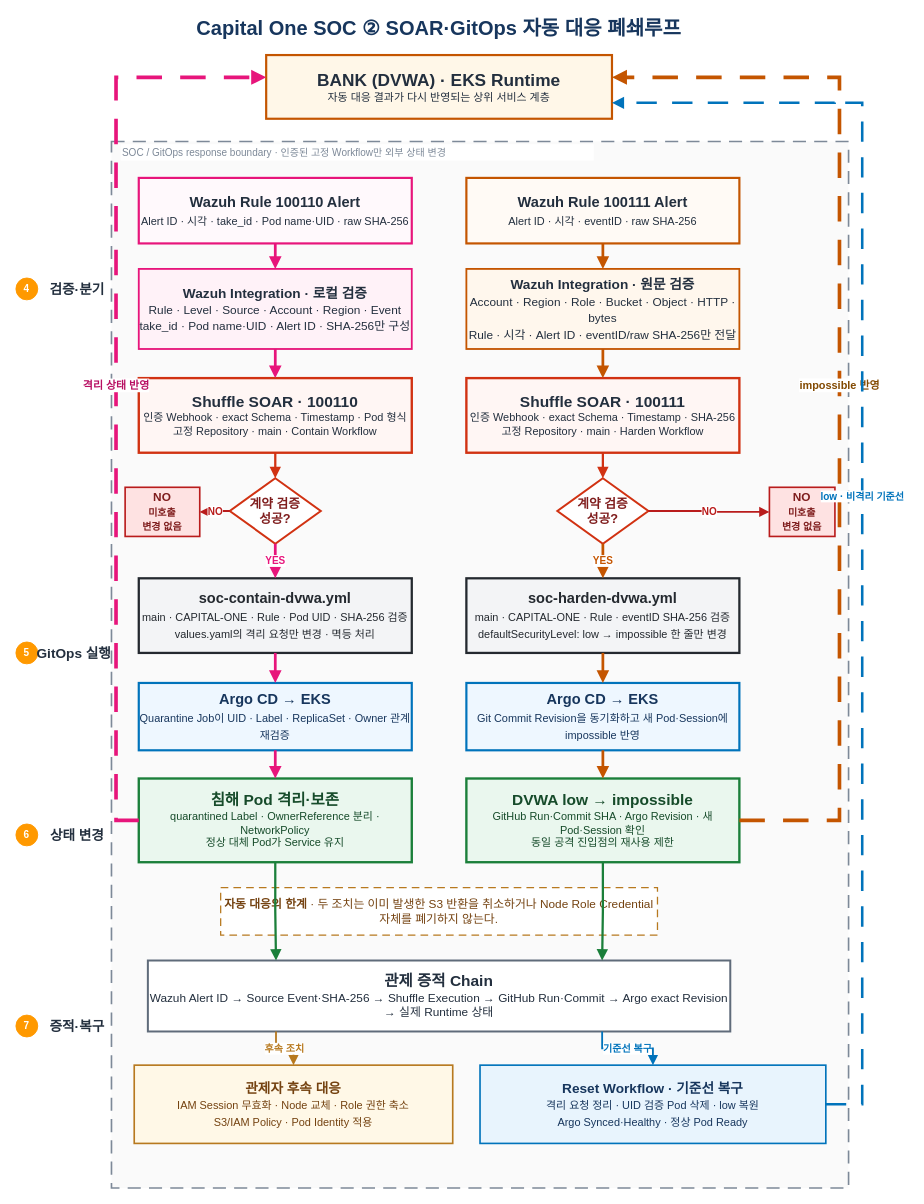
This is page "2_대응 폐쇄루프" (2 of 4) of 20_팀 프로젝트/3차 프로젝트/노션_내보낸거/관제 올인원.drawio from Unoh03/Obsi3, a draw.io file, before an edit. Source tidied: cells renumbered, new cells numbered last; positions are measured from the earlier drawing's top-left corner, leaving out a move shared by most shapes. Both pictures are drawn from the tidied source at 91%, with x=0, y=0 at pixel (15, 15).
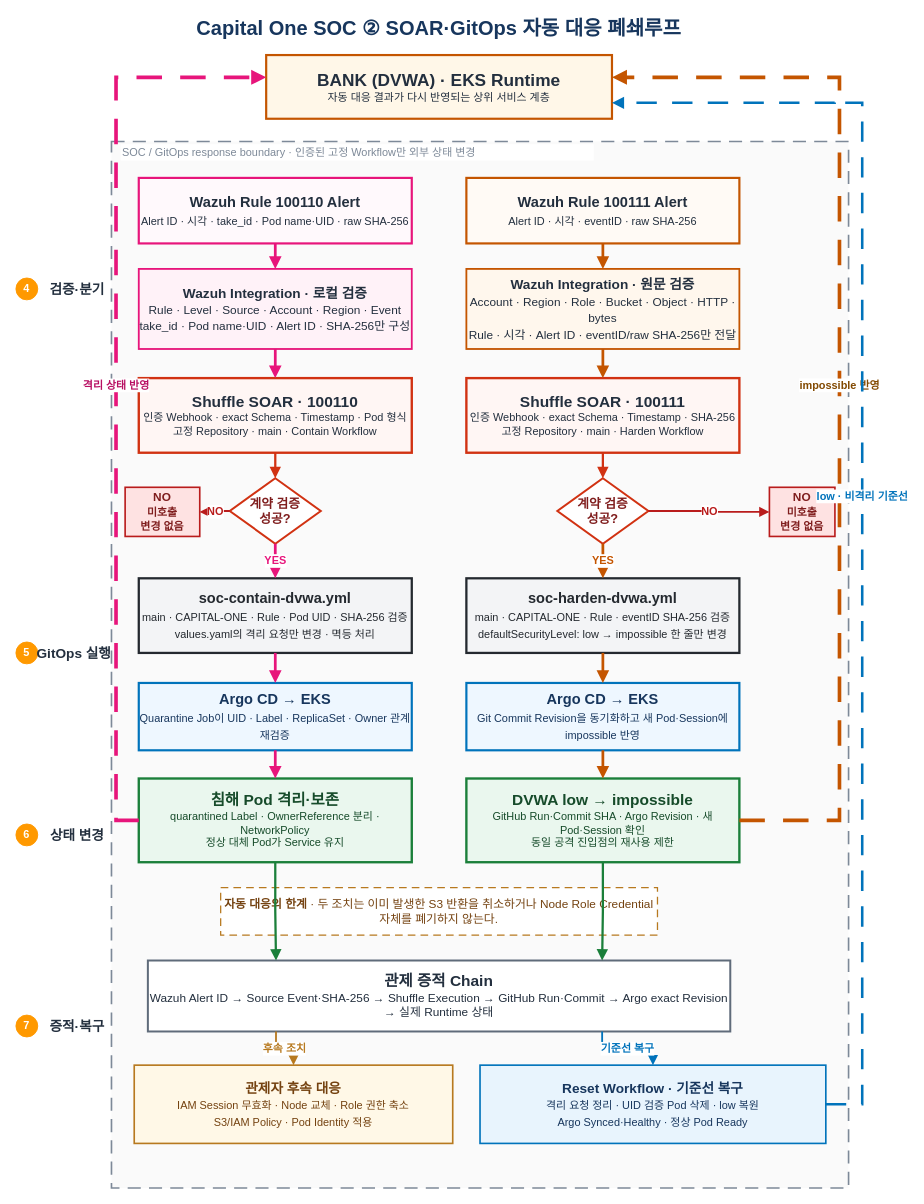
After the change.

Unchanged cells that the change refers to:
```xml
<mxCell id="3" value="&lt;font style=&quot;font-size:19px;&quot;&gt;&lt;b&gt;BANK (DVWA) · EKS Runtime&lt;/b&gt;&lt;/font&gt;&lt;br&gt;&lt;font style=&quot;font-size:12px;&quot;&gt;자동 대응 결과가 다시 반영되는 상위 서비스 계층&lt;/font&gt;" style="rounded=0;whiteSpace=wrap;html=1;fillColor=#FFF7E8;strokeColor=#C45500;strokeWidth=2.4;fontColor=#232F3E;align=center;verticalAlign=middle;" parent="1" vertex="1">
  <mxGeometry x="275" y="43" width="380" height="70" as="geometry" />
</mxCell>
<mxCell id="14" value="계약 검증&lt;br&gt;성공?" style="rhombus;whiteSpace=wrap;html=1;fillColor=#FFFFFF;strokeColor=#D13212;strokeWidth=2.2;fontColor=#7F1D1D;fontSize=14;fontStyle=1;align=center;verticalAlign=middle;" parent="1" vertex="1">
  <mxGeometry x="235" y="508" width="100" height="72" as="geometry" />
</mxCell>
<mxCell id="15" value="계약 검증&lt;br&gt;성공?" style="rhombus;whiteSpace=wrap;html=1;fillColor=#FFFFFF;strokeColor=#D13212;strokeWidth=2.2;fontColor=#7F1D1D;fontSize=14;fontStyle=1;align=center;verticalAlign=middle;" parent="1" vertex="1">
  <mxGeometry x="595" y="508" width="100" height="72" as="geometry" />
</mxCell>
<mxCell id="20" value="&lt;b&gt;soc-contain-dvwa.yml&lt;/b&gt;&lt;br&gt;&lt;font style=&quot;font-size:12px;&quot;&gt;main · CAPITAL-ONE · Rule · Pod UID · SHA-256 검증&lt;br&gt;values.yaml의 격리 요청만 변경 · 멱등 처리&lt;/font&gt;" style="rounded=0;whiteSpace=wrap;html=1;fillColor=#F3F4F6;strokeColor=#24292F;strokeWidth=2.5;fontColor=#24292F;fontSize=16;align=center;verticalAlign=middle;" parent="1" vertex="1">
  <mxGeometry x="135" y="618" width="300" height="82" as="geometry" />
</mxCell>
<mxCell id="21" value="&lt;b&gt;soc-harden-dvwa.yml&lt;/b&gt;&lt;br&gt;&lt;font style=&quot;font-size:12px;&quot;&gt;main · CAPITAL-ONE · Rule · eventID SHA-256 검증&lt;br&gt;defaultSecurityLevel: low → impossible 한 줄만 변경&lt;/font&gt;" style="rounded=0;whiteSpace=wrap;html=1;fillColor=#F3F4F6;strokeColor=#24292F;strokeWidth=2.5;fontColor=#24292F;fontSize=16;align=center;verticalAlign=middle;" parent="1" vertex="1">
  <mxGeometry x="495" y="618" width="300" height="82" as="geometry" />
</mxCell>
<mxCell id="31" value="&lt;font style=&quot;font-size:17px;&quot;&gt;&lt;b&gt;관제 증적 Chain&lt;/b&gt;&lt;/font&gt;&lt;br&gt;&lt;font style=&quot;font-size:13px;&quot;&gt;Wazuh Alert ID → Source Event·SHA-256 → Shuffle Execution → GitHub Run·Commit → Argo exact Revision → 실제 Runtime 상태&lt;/font&gt;" style="rounded=0;whiteSpace=wrap;html=1;fillColor=#FFFFFF;strokeColor=#5F6B7A;strokeWidth=2.2;fontColor=#232F3E;align=center;verticalAlign=middle;" parent="1" vertex="1">
  <mxGeometry x="145" y="1038" width="640" height="78" as="geometry" />
</mxCell>
<mxCell id="32" value="&lt;b&gt;관제자 후속 대응&lt;/b&gt;&lt;br&gt;&lt;font style=&quot;font-size:12px;&quot;&gt;IAM Session 무효화 · Node 교체 · Role 권한 축소&lt;br&gt;S3/IAM Policy · Pod Identity 적용&lt;/font&gt;" style="rounded=0;whiteSpace=wrap;html=1;fillColor=#FFF8E7;strokeColor=#B7791F;strokeWidth=1.8;fontColor=#744210;fontSize=15;align=center;verticalAlign=middle;" parent="1" vertex="1">
  <mxGeometry x="130" y="1153" width="350" height="86" as="geometry" />
</mxCell>
<mxCell id="33" value="&lt;b&gt;Reset Workflow · 기준선 복구&lt;/b&gt;&lt;br&gt;&lt;font style=&quot;font-size:12px;&quot;&gt;격리 요청 정리 · UID 검증 Pod 삭제 · low 복원&lt;br&gt;Argo Synced·Healthy · 정상 Pod Ready&lt;/font&gt;" style="rounded=0;whiteSpace=wrap;html=1;fillColor=#E8F4FD;strokeColor=#0073BB;strokeWidth=1.8;fontColor=#17365D;fontSize=15;align=center;verticalAlign=middle;" parent="1" vertex="1">
  <mxGeometry x="510" y="1153" width="380" height="86" as="geometry" />
</mxCell>
```

Change to the diagram source:
```diff
@@
-    <mxCell id="5" value="SOC / GitOps response boundary · 인증된 고정 Workflow만 외부 상태 변경" style="html=1;whiteSpace=wrap;strokeColor=none;fillColor=#FFFFFF;align=left;verticalAlign=middle;fontColor=#7D8998;fontSize=11;" parent="1" vertex="1">
+    <mxCell id="5" value="SOC / GitOps response boundary · 인증된 고정 Workflow만 외부 상태 변경" style="html=1;whiteSpace=wrap;strokeColor=none;fillColor=#FFFFFF;align=left;verticalAlign=middle;fontColor=#7D8998;fontSize=12;" parent="1" vertex="1">
       <mxGeometry x="115" y="141" width="520" height="18" as="geometry" />
     </mxCell>
-    <mxCell id="6" value="4" style="ellipse;whiteSpace=wrap;html=1;fillColor=#FF9900;strokeColor=#FF9900;fontColor=#FFFFFF;fontSize=11;fontStyle=1;align=center;verticalAlign=middle;" parent="1" vertex="1">
+    <mxCell id="6" value="4" style="ellipse;whiteSpace=wrap;html=1;fillColor=#FF9900;strokeColor=#FF9900;fontColor=#FFFFFF;fontSize=12;fontStyle=1;align=center;verticalAlign=middle;" parent="1" vertex="1">
       <mxGeometry y="288" width="24" height="24" as="geometry" />
     </mxCell>
@@
-    <mxCell id="16" value="NO&lt;br&gt;&lt;font style=&quot;font-size:11px;&quot;&gt;미호출&lt;br&gt;변경 없음&lt;/font&gt;" style="rounded=0;whiteSpace=wrap;html=1;fillColor=#FEE2E2;strokeColor=#B91C1C;strokeWidth=1.8;fontColor=#7F1D1D;fontSize=13;fontStyle=1;align=center;verticalAlign=middle;" parent="1" vertex="1">
+    <mxCell id="16" value="NO&lt;br&gt;&lt;font style=&quot;font-size:12px;&quot;&gt;미호출&lt;br&gt;변경 없음&lt;/font&gt;" style="rounded=0;whiteSpace=wrap;html=1;fillColor=#FEE2E2;strokeColor=#B91C1C;strokeWidth=1.8;fontColor=#7F1D1D;fontSize=13;fontStyle=1;align=center;verticalAlign=middle;" parent="1" vertex="1">
       <mxGeometry x="120" y="518" width="82" height="54" as="geometry" />
     </mxCell>
-    <mxCell id="17" value="NO&lt;br&gt;&lt;font style=&quot;font-size:11px;&quot;&gt;미호출&lt;br&gt;변경 없음&lt;/font&gt;" style="rounded=0;whiteSpace=wrap;html=1;fillColor=#FEE2E2;strokeColor=#B91C1C;strokeWidth=1.8;fontColor=#7F1D1D;fontSize=13;fontStyle=1;align=center;verticalAlign=middle;" parent="1" vertex="1">
+    <mxCell id="17" value="NO&lt;br&gt;&lt;font style=&quot;font-size:12px;&quot;&gt;미호출&lt;br&gt;변경 없음&lt;/font&gt;" style="rounded=0;whiteSpace=wrap;html=1;fillColor=#FEE2E2;strokeColor=#B91C1C;strokeWidth=1.8;fontColor=#7F1D1D;fontSize=13;fontStyle=1;align=center;verticalAlign=middle;" parent="1" vertex="1">
       <mxGeometry x="828" y="518" width="72" height="54" as="geometry" />
     </mxCell>
-    <mxCell id="18" value="5" style="ellipse;whiteSpace=wrap;html=1;fillColor=#FF9900;strokeColor=#FF9900;fontColor=#FFFFFF;fontSize=11;fontStyle=1;align=center;verticalAlign=middle;" parent="1" vertex="1">
+    <mxCell id="18" value="5" style="ellipse;whiteSpace=wrap;html=1;fillColor=#FF9900;strokeColor=#FF9900;fontColor=#FFFFFF;fontSize=12;fontStyle=1;align=center;verticalAlign=middle;" parent="1" vertex="1">
       <mxGeometry y="688" width="24" height="24" as="geometry" />
     </mxCell>
@@
-    <mxCell id="24" value="6" style="ellipse;whiteSpace=wrap;html=1;fillColor=#FF9900;strokeColor=#FF9900;fontColor=#FFFFFF;fontSize=11;fontStyle=1;align=center;verticalAlign=middle;" parent="1" vertex="1">
+    <mxCell id="24" value="6" style="ellipse;whiteSpace=wrap;html=1;fillColor=#FF9900;strokeColor=#FF9900;fontColor=#FFFFFF;fontSize=12;fontStyle=1;align=center;verticalAlign=middle;" parent="1" vertex="1">
       <mxGeometry y="888" width="24" height="24" as="geometry" />
     </mxCell>
@@
-    <mxCell id="29" value="7" style="ellipse;whiteSpace=wrap;html=1;fillColor=#FF9900;strokeColor=#FF9900;fontColor=#FFFFFF;fontSize=11;fontStyle=1;align=center;verticalAlign=middle;" parent="1" vertex="1">
+    <mxCell id="29" value="7" style="ellipse;whiteSpace=wrap;html=1;fillColor=#FF9900;strokeColor=#FF9900;fontColor=#FFFFFF;fontSize=12;fontStyle=1;align=center;verticalAlign=middle;" parent="1" vertex="1">
       <mxGeometry y="1098" width="24" height="24" as="geometry" />
     </mxCell>
@@
-    <mxCell id="40" value="NO" style="edgeStyle=orthogonalEdgeStyle;rounded=0;html=1;endArrow=block;endFill=1;strokeWidth=2;strokeColor=#B91C1C;fontColor=#B91C1C;fontSize=11;fontStyle=1;exitX=0;exitY=0.5;entryX=1;entryY=0.5;" parent="1" edge="1" source="14" target="16">
+    <mxCell id="40" value="NO" style="edgeStyle=orthogonalEdgeStyle;rounded=0;html=1;endArrow=block;endFill=1;strokeWidth=2;strokeColor=#B91C1C;fontColor=#B91C1C;fontSize=12;fontStyle=1;exitX=0;exitY=0.5;entryX=1;entryY=0.5;" parent="1" edge="1" source="14" target="16">
       <mxGeometry relative="1" as="geometry" />
     </mxCell>
-    <mxCell id="41" value="NO" style="edgeStyle=orthogonalEdgeStyle;rounded=0;html=1;endArrow=block;endFill=1;strokeWidth=2;strokeColor=#B91C1C;fontColor=#B91C1C;fontSize=11;fontStyle=1;exitX=1;exitY=0.5;entryX=0;entryY=0.5;" parent="1" edge="1" source="15" target="17">
+    <mxCell id="41" value="NO" style="edgeStyle=orthogonalEdgeStyle;rounded=0;html=1;endArrow=block;endFill=1;strokeWidth=2;strokeColor=#B91C1C;fontColor=#B91C1C;fontSize=12;fontStyle=1;exitX=1;exitY=0.5;entryX=0;entryY=0.5;" parent="1" edge="1" source="15" target="17">
       <mxGeometry relative="1" as="geometry" />
     </mxCell>
-    <mxCell id="42" value="YES" style="edgeStyle=orthogonalEdgeStyle;rounded=0;html=1;endArrow=block;endFill=1;strokeWidth=3;strokeColor=#E7157B;fontColor=#E7157B;fontSize=11;fontStyle=1;" parent="1" edge="1" source="14" target="20">
+    <mxCell id="42" value="YES" style="edgeStyle=orthogonalEdgeStyle;rounded=0;html=1;endArrow=block;endFill=1;strokeWidth=3;strokeColor=#E7157B;fontColor=#E7157B;fontSize=12;fontStyle=1;" parent="1" edge="1" source="14" target="20">
       <mxGeometry relative="1" as="geometry" />
     </mxCell>
-    <mxCell id="43" value="YES" style="edgeStyle=orthogonalEdgeStyle;rounded=0;html=1;endArrow=block;endFill=1;strokeWidth=3;strokeColor=#C45500;fontColor=#C45500;fontSize=11;fontStyle=1;" parent="1" edge="1" source="15" target="21">
+    <mxCell id="43" value="YES" style="edgeStyle=orthogonalEdgeStyle;rounded=0;html=1;endArrow=block;endFill=1;strokeWidth=3;strokeColor=#C45500;fontColor=#C45500;fontSize=12;fontStyle=1;" parent="1" edge="1" source="15" target="21">
       <mxGeometry relative="1" as="geometry" />
     </mxCell>
@@
-    <mxCell id="50" value="후속 조치" style="edgeStyle=orthogonalEdgeStyle;rounded=0;html=1;endArrow=block;endFill=1;strokeWidth=2;strokeColor=#B7791F;fontColor=#B7791F;fontSize=11;fontStyle=1;exitX=0.22;exitY=1;entryX=0.5;entryY=0;" parent="1" edge="1" source="31" target="32">
+    <mxCell id="50" value="후속 조치" style="edgeStyle=orthogonalEdgeStyle;rounded=0;html=1;endArrow=block;endFill=1;strokeWidth=2;strokeColor=#B7791F;fontColor=#B7791F;fontSize=12;fontStyle=1;exitX=0.22;exitY=1;entryX=0.5;entryY=0;" parent="1" edge="1" source="31" target="32">
       <mxGeometry relative="1" as="geometry" />
     </mxCell>
-    <mxCell id="51" value="기준선 복구" style="edgeStyle=orthogonalEdgeStyle;rounded=0;html=1;endArrow=block;endFill=1;strokeWidth=2;strokeColor=#0073BB;fontColor=#0073BB;fontSize=11;fontStyle=1;exitX=0.78;exitY=1;entryX=0.5;entryY=0;" parent="1" edge="1" source="31" target="33">
+    <mxCell id="51" value="기준선 복구" style="edgeStyle=orthogonalEdgeStyle;rounded=0;html=1;endArrow=block;endFill=1;strokeWidth=2;strokeColor=#0073BB;fontColor=#0073BB;fontSize=12;fontStyle=1;exitX=0.78;exitY=1;entryX=0.5;entryY=0;" parent="1" edge="1" source="31" target="33">
       <mxGeometry relative="1" as="geometry" />
     </mxCell>
@@
-    <mxCell id="54" value="low · 비격리 기준선" style="edgeStyle=orthogonalEdgeStyle;rounded=0;html=1;endArrow=block;endFill=1;strokeWidth=2.8;strokeColor=#0073BB;dashed=1;dashPattern=8 6;fontColor=#0073BB;fontSize=11;fontStyle=1;labelBackgroundColor=#FFFFFF;exitX=1;exitY=0.5;entryX=1;entryY=0.75;jumpStyle=arc;jumpSize=7;" parent="1" edge="1" source="33" target="3">
+    <mxCell id="54" value="low · 비격리 기준선" style="edgeStyle=orthogonalEdgeStyle;rounded=0;html=1;endArrow=block;endFill=1;strokeWidth=2.8;strokeColor=#0073BB;dashed=1;dashPattern=8 6;fontColor=#0073BB;fontSize=12;fontStyle=1;labelBackgroundColor=#FFFFFF;exitX=1;exitY=0.5;entryX=1;entryY=0.75;jumpStyle=arc;jumpSize=7;" parent="1" edge="1" source="33" target="3">
       <mxGeometry relative="1" as="geometry">
         <Array as="points">
           <mxPoint x="930" y="1196" />
           <mxPoint x="930" y="96" />
         </Array>
       </mxGeometry>
     </mxCell>
```
